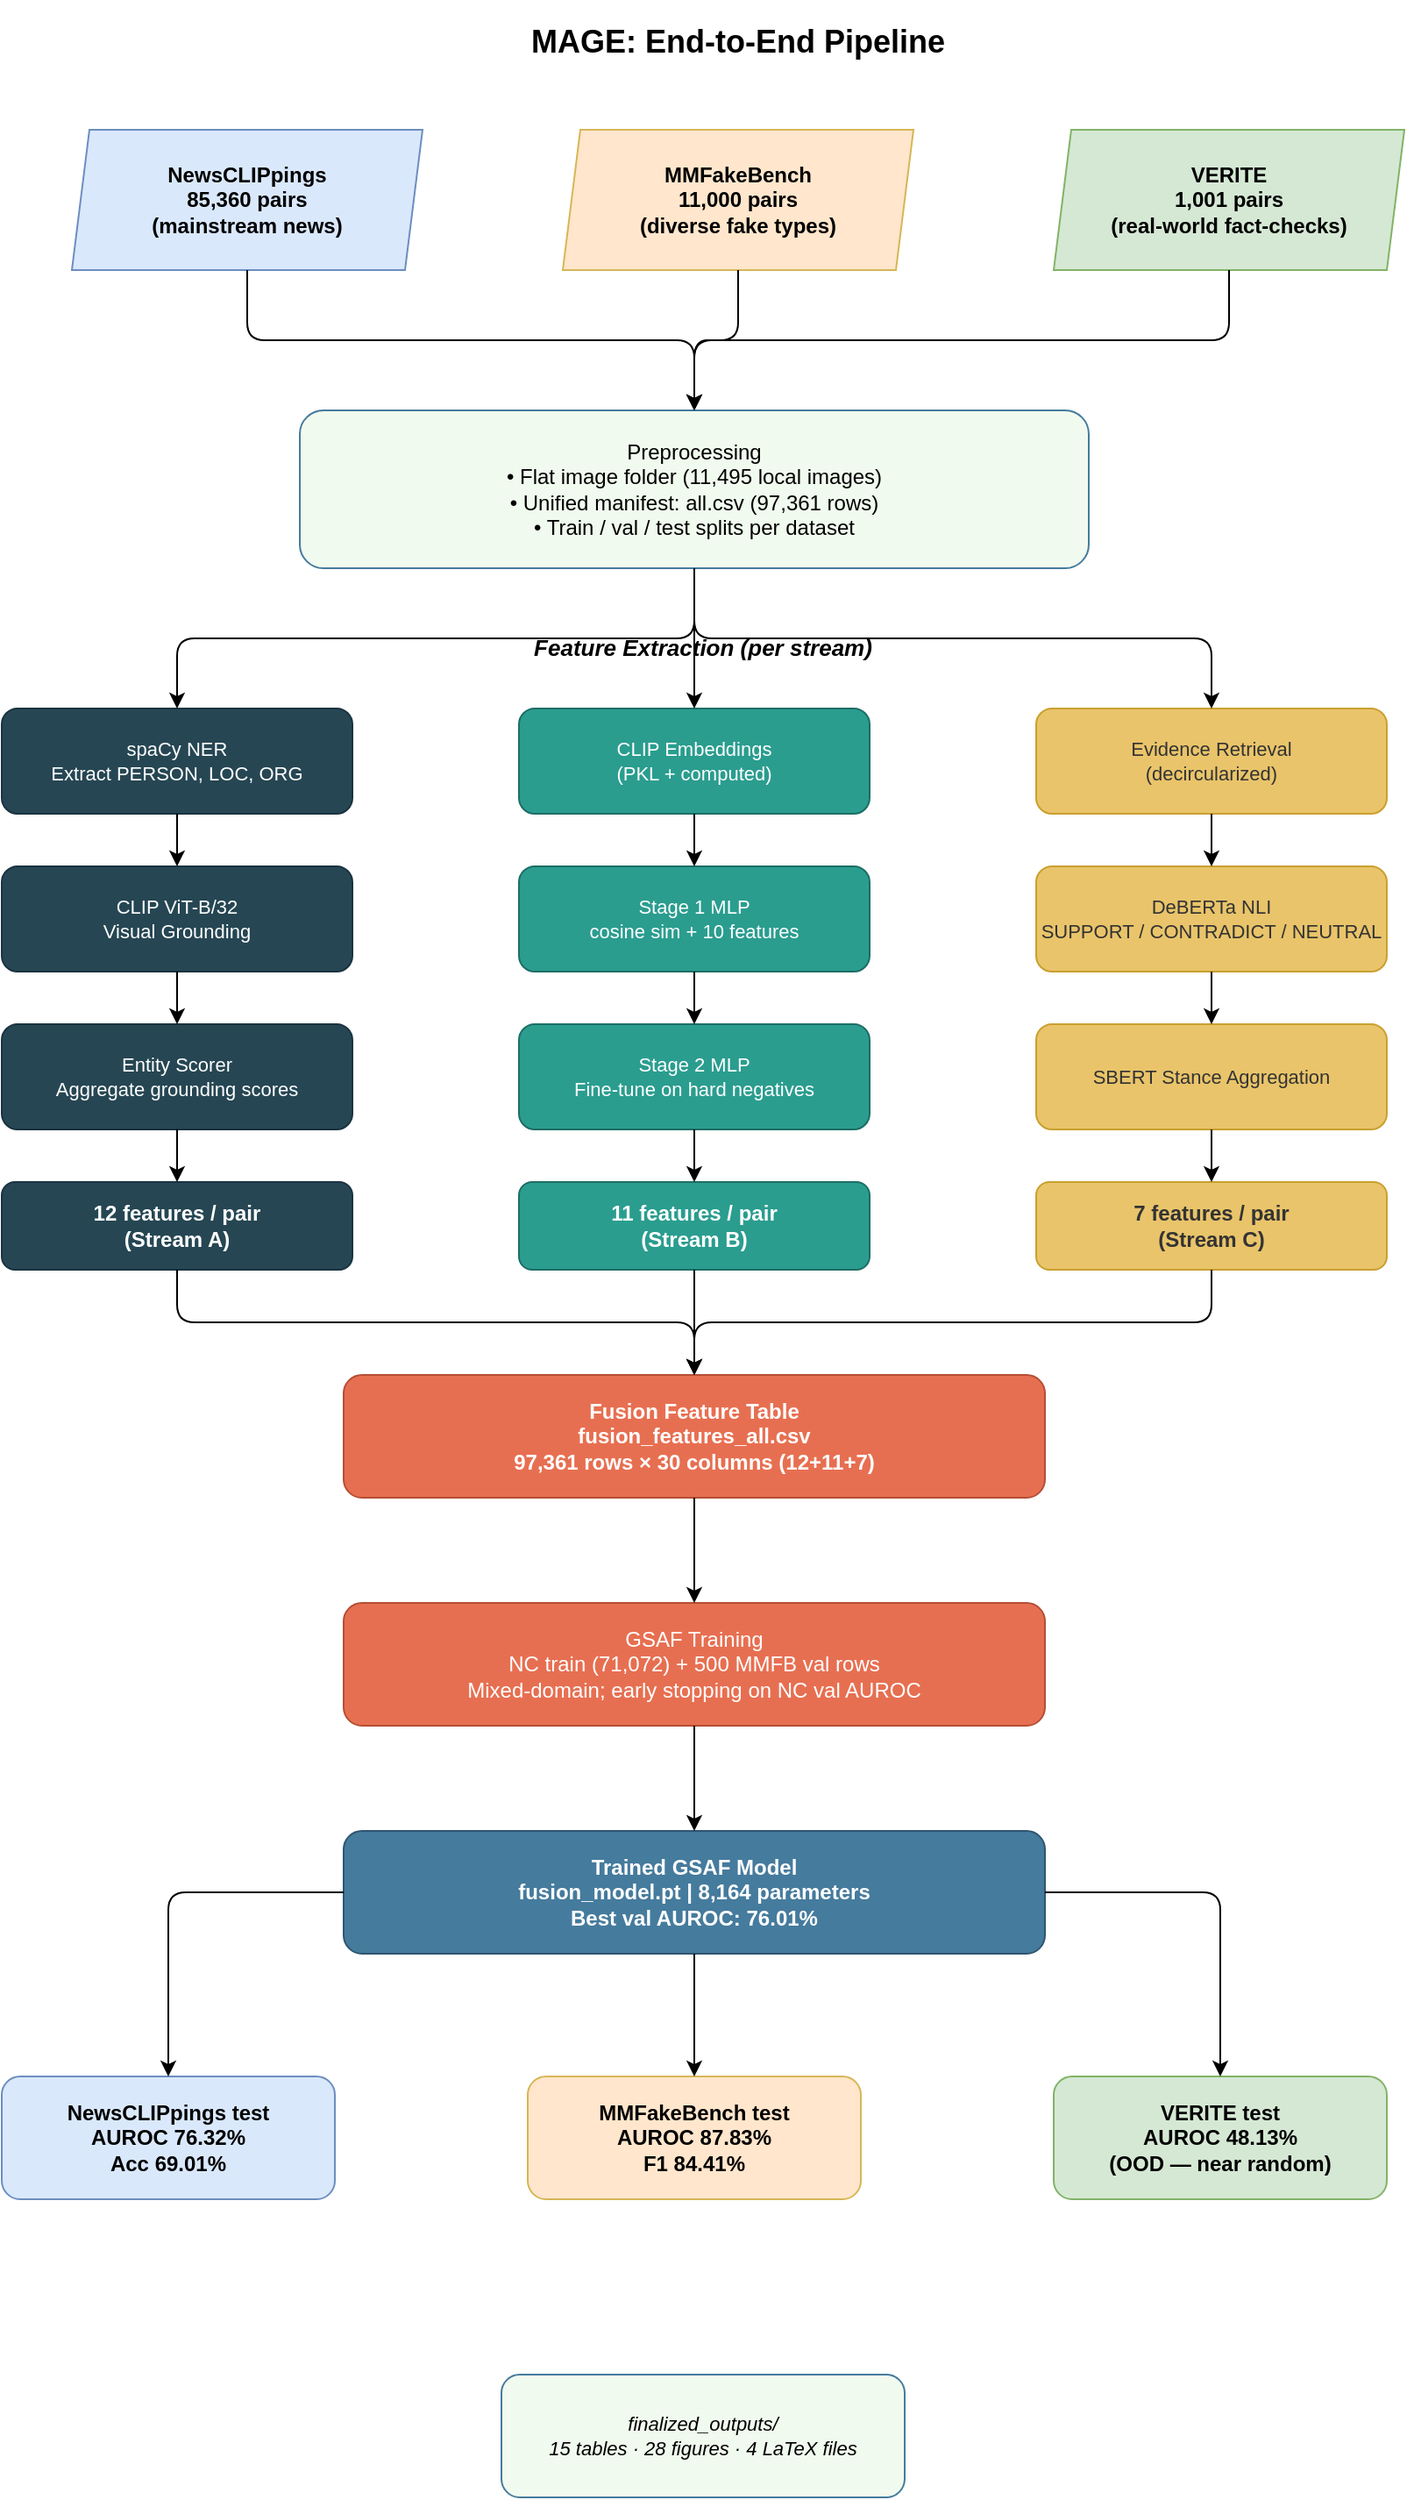
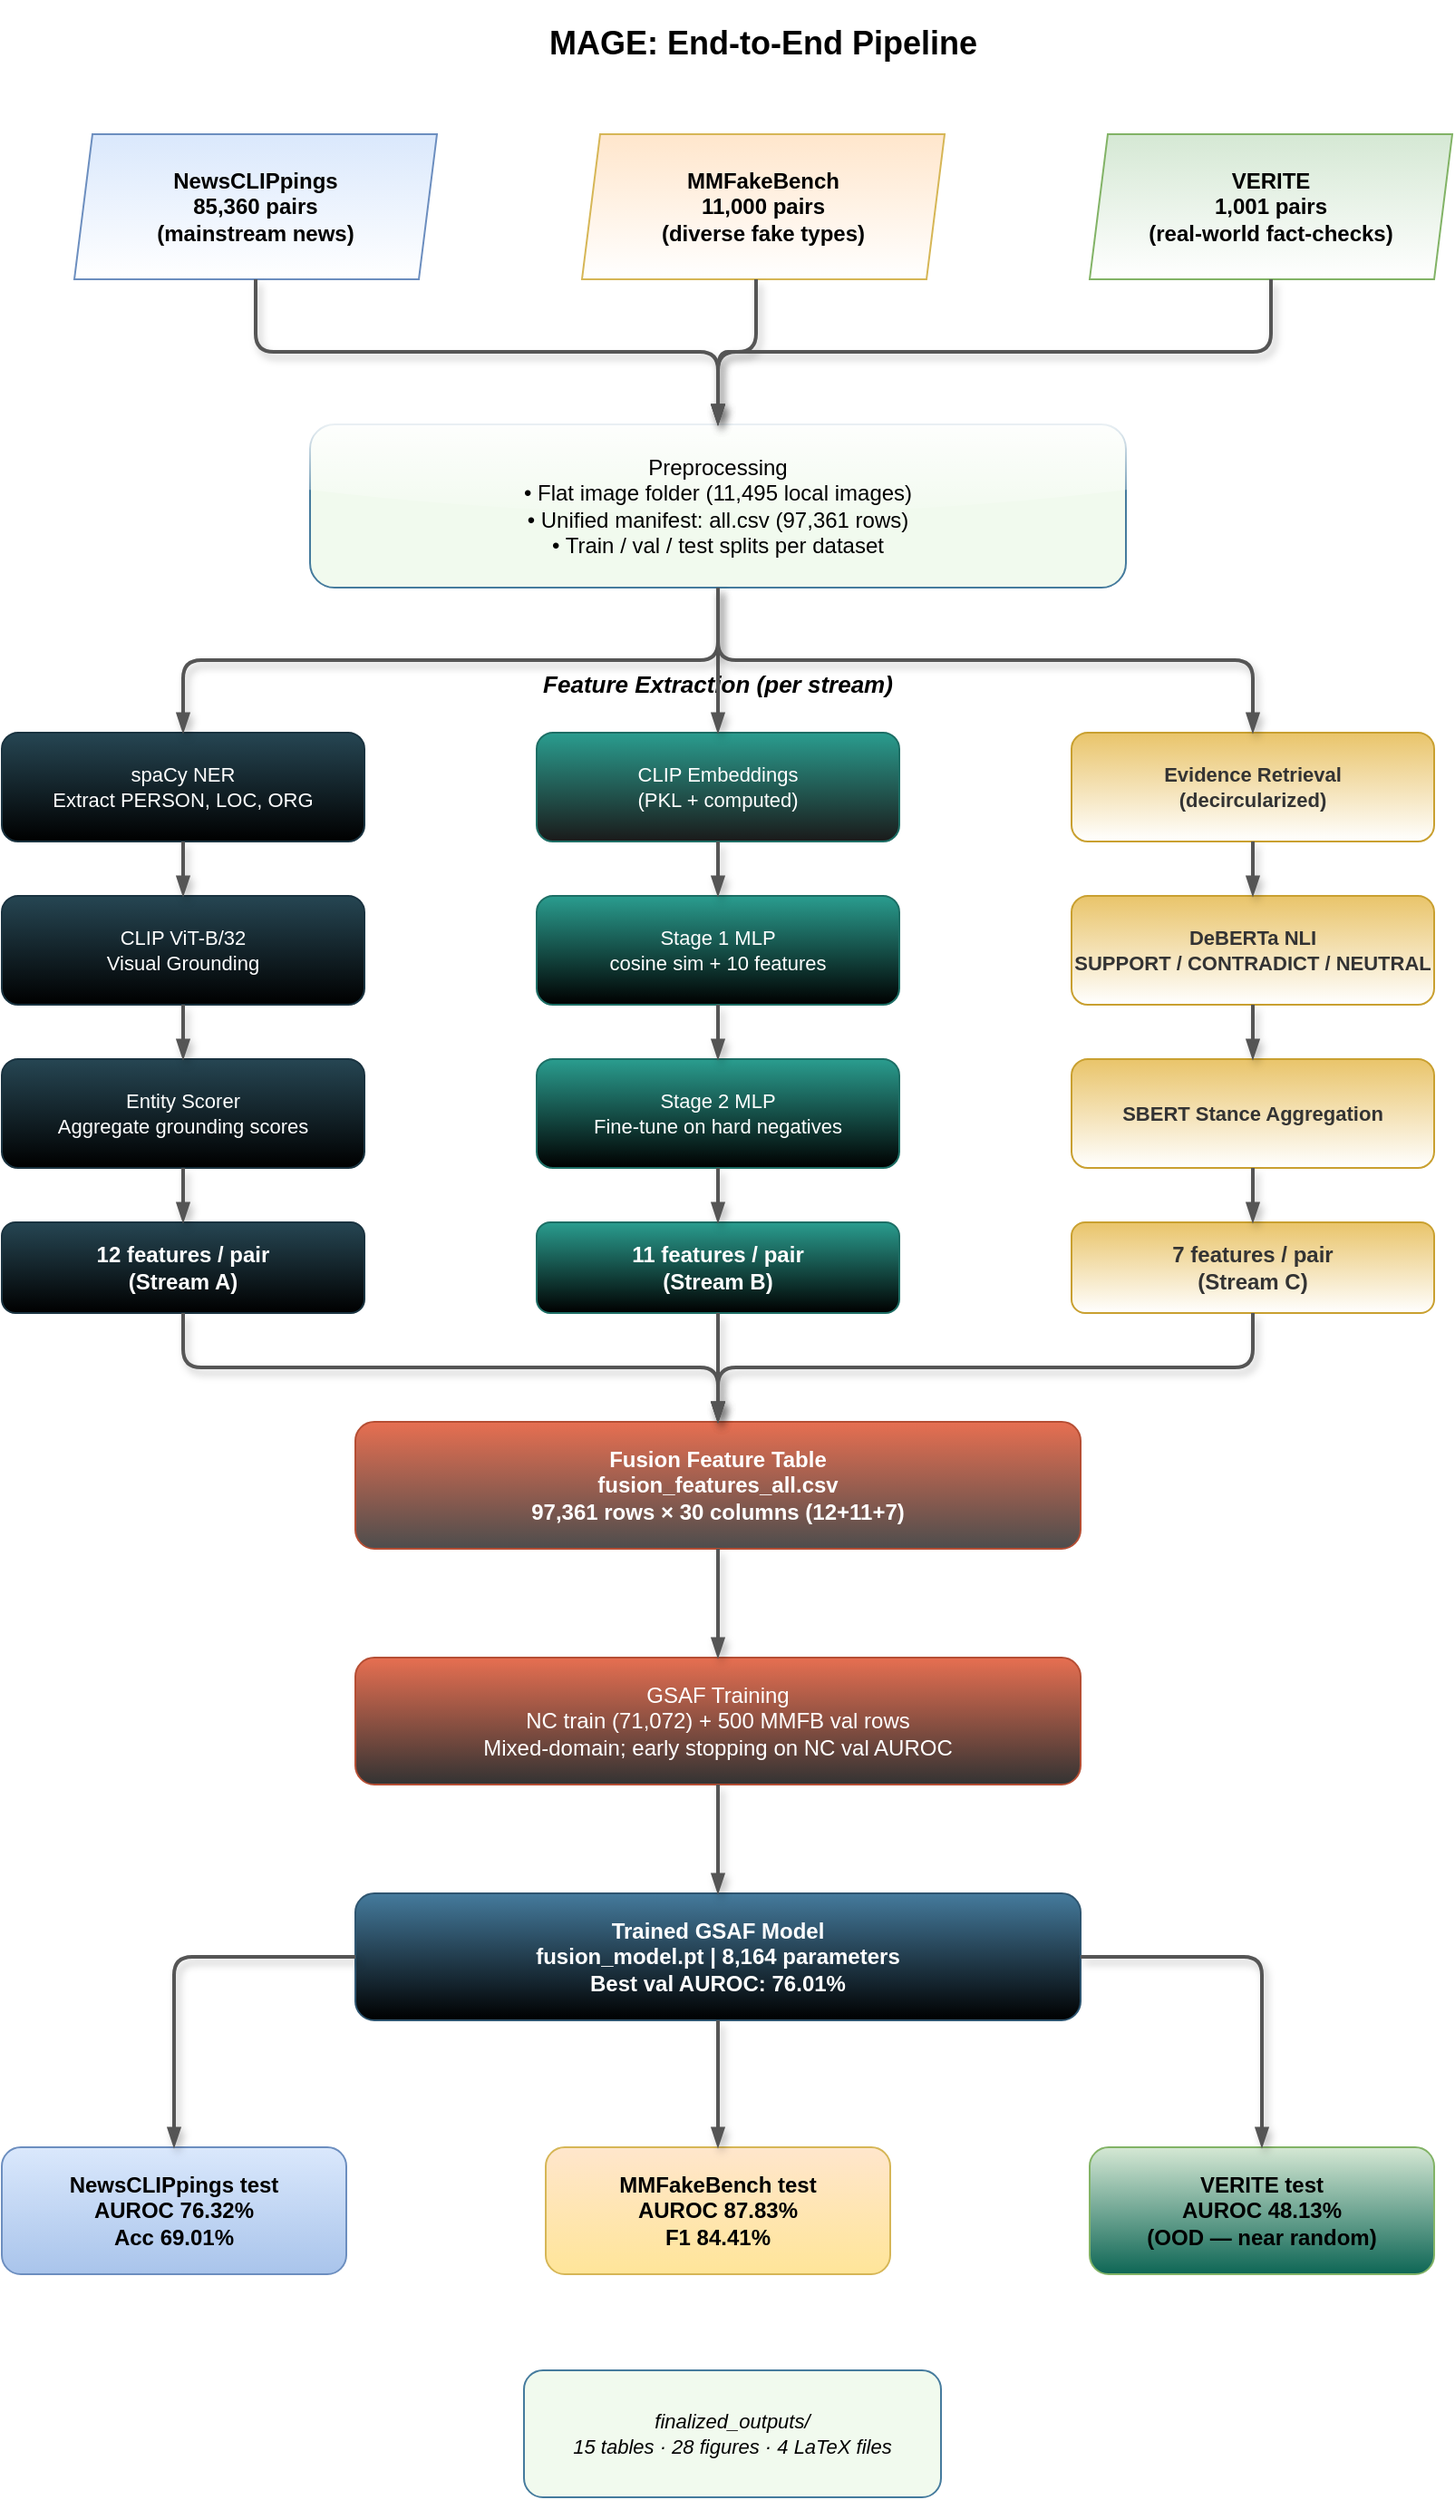
<mxfile host="app.diagrams.net">
  <diagram name="Page-1" id="d1ZMyhAntVCUXErq8Yf_">
-     <mxGraphModel dx="1328" dy="935" grid="1" gridSize="10" guides="1" tooltips="1" connect="1" arrows="1" fold="1" page="1" pageScale="1" pageWidth="1000" pageHeight="400" math="0" shadow="0">
+     <mxGraphModel dx="1328" dy="935" grid="0" gridSize="10" guides="1" tooltips="1" connect="1" arrows="1" fold="1" page="1" pageScale="1" pageWidth="1000" pageHeight="400" math="0" shadow="0">
      <root>
        <mxCell id="0" />
        <mxCell id="1" parent="0" />
        <mxCell id="UEv89tl7VG0cgvNMtjNN-1" parent="1" style="text;html=1;strokeColor=none;fillColor=none;align=center;verticalAlign=middle;whiteSpace=wrap;rounded=0;fontSize=18;fontStyle=1;shadow=1;" value="MAGE: End-to-End Pipeline" vertex="1">
          <mxGeometry height="40" width="600" x="180" y="20" as="geometry" />
        </mxCell>
-         <mxCell id="UEv89tl7VG0cgvNMtjNN-2" parent="1" style="shape=parallelogram;perimeter=parallelogramPerimeter;whiteSpace=wrap;html=1;fixedSize=1;size=10;fillColor=#dae8fc;strokeColor=#6c8ebf;fontSize=12;fontStyle=1;" value="NewsCLIPpings&#xa;85,360 pairs&#xa;(mainstream news)" vertex="1">
+         <mxCell id="UEv89tl7VG0cgvNMtjNN-2" parent="1" style="shape=parallelogram;perimeter=parallelogramPerimeter;whiteSpace=wrap;html=1;fixedSize=1;size=10;fillColor=#dae8fc;strokeColor=#6c8ebf;fontSize=12;fontStyle=1;gradientColor=#FFFFFF;" value="NewsCLIPpings&#xa;85,360 pairs&#xa;(mainstream news)" vertex="1">
          <mxGeometry height="80" width="200" x="100" y="90" as="geometry" />
        </mxCell>
-         <mxCell id="UEv89tl7VG0cgvNMtjNN-3" parent="1" style="shape=parallelogram;perimeter=parallelogramPerimeter;whiteSpace=wrap;html=1;fixedSize=1;size=10;fillColor=#ffe6cc;strokeColor=#d6b656;fontSize=12;fontStyle=1;" value="MMFakeBench&#xa;11,000 pairs&#xa;(diverse fake types)" vertex="1">
+         <mxCell id="UEv89tl7VG0cgvNMtjNN-3" parent="1" style="shape=parallelogram;perimeter=parallelogramPerimeter;whiteSpace=wrap;html=1;fixedSize=1;size=10;fillColor=#ffe6cc;strokeColor=#d6b656;fontSize=12;fontStyle=1;gradientColor=#FFFFFF;" value="MMFakeBench&#xa;11,000 pairs&#xa;(diverse fake types)" vertex="1">
          <mxGeometry height="80" width="200" x="380" y="90" as="geometry" />
        </mxCell>
-         <mxCell id="UEv89tl7VG0cgvNMtjNN-4" parent="1" style="shape=parallelogram;perimeter=parallelogramPerimeter;whiteSpace=wrap;html=1;fixedSize=1;size=10;fillColor=#d5e8d4;strokeColor=#82b366;fontSize=12;fontStyle=1;" value="VERITE&#xa;1,001 pairs&#xa;(real-world fact-checks)" vertex="1">
+         <mxCell id="UEv89tl7VG0cgvNMtjNN-4" parent="1" style="shape=parallelogram;perimeter=parallelogramPerimeter;whiteSpace=wrap;html=1;fixedSize=1;size=10;fillColor=#d5e8d4;strokeColor=#82b366;fontSize=12;fontStyle=1;gradientColor=#FFFFFF;" value="VERITE&#xa;1,001 pairs&#xa;(real-world fact-checks)" vertex="1">
          <mxGeometry height="80" width="200" x="660" y="90" as="geometry" />
        </mxCell>
-         <mxCell id="UEv89tl7VG0cgvNMtjNN-5" parent="1" style="rounded=1;whiteSpace=wrap;html=1;fillColor=#f1faee;strokeColor=#457b9d;fontSize=12;" value="Preprocessing&#xa;• Flat image folder (11,495 local images)&#xa;• Unified manifest: all.csv (97,361 rows)&#xa;• Train / val / test splits per dataset" vertex="1">
+         <mxCell id="UEv89tl7VG0cgvNMtjNN-5" parent="1" style="rounded=1;whiteSpace=wrap;html=1;fillColor=#f1faee;strokeColor=#457b9d;fontSize=12;glass=1;" value="Preprocessing&lt;br&gt;• Flat image folder (11,495 local images)&lt;br&gt;• Unified manifest: all.csv (97,361 rows)&lt;br&gt;• Train / val / test splits per dataset" vertex="1">
          <mxGeometry height="90" width="450" x="230" y="250" as="geometry" />
        </mxCell>
-         <mxCell id="UEv89tl7VG0cgvNMtjNN-6" edge="1" parent="1" source="UEv89tl7VG0cgvNMtjNN-2" style="edgeStyle=orthogonalEdgeStyle;" target="UEv89tl7VG0cgvNMtjNN-5">
+         <mxCell id="UEv89tl7VG0cgvNMtjNN-6" edge="1" parent="1" source="UEv89tl7VG0cgvNMtjNN-2" style="edgeStyle=orthogonalEdgeStyle;rounded=1;strokeColor=#555555;strokeWidth=2;endArrow=blockThin;endFill=1;shadow=1;" target="UEv89tl7VG0cgvNMtjNN-5">
          <mxGeometry relative="1" as="geometry" />
        </mxCell>
-         <mxCell id="UEv89tl7VG0cgvNMtjNN-7" edge="1" parent="1" source="UEv89tl7VG0cgvNMtjNN-3" style="edgeStyle=orthogonalEdgeStyle;" target="UEv89tl7VG0cgvNMtjNN-5">
-           <mxGeometry relative="1" as="geometry" />
+         <mxCell id="UEv89tl7VG0cgvNMtjNN-7" edge="1" parent="1" source="UEv89tl7VG0cgvNMtjNN-3" style="edgeStyle=orthogonalEdgeStyle;rounded=1;strokeColor=#555555;strokeWidth=2;endArrow=blockThin;endFill=1;shadow=1;" target="UEv89tl7VG0cgvNMtjNN-5">
+           <mxGeometry relative="1" as="geometry">
+             <Array as="points">
+               <mxPoint x="476" y="210" />
+               <mxPoint x="455" y="210" />
+             </Array>
+           </mxGeometry>
        </mxCell>
-         <mxCell id="UEv89tl7VG0cgvNMtjNN-8" edge="1" parent="1" source="UEv89tl7VG0cgvNMtjNN-4" style="edgeStyle=orthogonalEdgeStyle;" target="UEv89tl7VG0cgvNMtjNN-5">
+         <mxCell id="UEv89tl7VG0cgvNMtjNN-8" edge="1" parent="1" source="UEv89tl7VG0cgvNMtjNN-4" style="edgeStyle=orthogonalEdgeStyle;rounded=1;strokeColor=#555555;strokeWidth=2;endArrow=blockThin;endFill=1;shadow=1;" target="UEv89tl7VG0cgvNMtjNN-5">
          <mxGeometry relative="1" as="geometry" />
        </mxCell>
        <mxCell id="UEv89tl7VG0cgvNMtjNN-9" parent="1" style="text;html=1;strokeColor=none;fillColor=none;align=center;verticalAlign=middle;whiteSpace=wrap;fontSize=13;fontStyle=3;" value="Feature Extraction (per stream)" vertex="1">
-           <mxGeometry height="30" width="300" x="310" y="370" as="geometry" />
+           <mxGeometry height="30" width="300" x="305" y="378" as="geometry" />
        </mxCell>
-         <mxCell id="UEv89tl7VG0cgvNMtjNN-10" parent="1" style="rounded=1;whiteSpace=wrap;html=1;fillColor=#264653;fontColor=#ffffff;strokeColor=#1a3340;fontSize=11;" value="spaCy NER&#xa;Extract PERSON, LOC, ORG" vertex="1">
+         <mxCell id="UEv89tl7VG0cgvNMtjNN-10" parent="1" style="rounded=1;whiteSpace=wrap;html=1;fillColor=#264653;fontColor=#ffffff;strokeColor=#1a3340;fontSize=11;gradientColor=default;" value="spaCy NER&#xa;Extract PERSON, LOC, ORG" vertex="1">
          <mxGeometry height="60" width="200" x="60" y="420" as="geometry" />
        </mxCell>
-         <mxCell id="UEv89tl7VG0cgvNMtjNN-11" parent="1" style="rounded=1;whiteSpace=wrap;html=1;fillColor=#264653;fontColor=#ffffff;strokeColor=#1a3340;fontSize=11;" value="CLIP ViT-B/32&#xa;Visual Grounding" vertex="1">
+         <mxCell id="UEv89tl7VG0cgvNMtjNN-11" parent="1" style="rounded=1;whiteSpace=wrap;html=1;fillColor=#264653;fontColor=#ffffff;strokeColor=#1a3340;fontSize=11;gradientColor=default;" value="CLIP ViT-B/32&#xa;Visual Grounding" vertex="1">
          <mxGeometry height="60" width="200" x="60" y="510" as="geometry" />
        </mxCell>
-         <mxCell id="UEv89tl7VG0cgvNMtjNN-12" parent="1" style="rounded=1;whiteSpace=wrap;html=1;fillColor=#264653;fontColor=#ffffff;strokeColor=#1a3340;fontSize=11;" value="Entity Scorer&#xa;Aggregate grounding scores" vertex="1">
+         <mxCell id="UEv89tl7VG0cgvNMtjNN-12" parent="1" style="rounded=1;whiteSpace=wrap;html=1;fillColor=#264653;fontColor=#ffffff;strokeColor=#1a3340;fontSize=11;gradientColor=default;" value="Entity Scorer&#xa;Aggregate grounding scores" vertex="1">
          <mxGeometry height="60" width="200" x="60" y="600" as="geometry" />
        </mxCell>
-         <mxCell id="UEv89tl7VG0cgvNMtjNN-13" parent="1" style="rounded=1;whiteSpace=wrap;html=1;fillColor=#264653;fontColor=#ffffff;strokeColor=#1a3340;fontSize=12;fontStyle=1;" value="12 features / pair&#xa;(Stream A)" vertex="1">
+         <mxCell id="UEv89tl7VG0cgvNMtjNN-13" parent="1" style="rounded=1;whiteSpace=wrap;html=1;fillColor=#264653;fontColor=#ffffff;strokeColor=#1a3340;fontSize=12;fontStyle=1;gradientColor=default;" value="12 features / pair&#xa;(Stream A)" vertex="1">
          <mxGeometry height="50" width="200" x="60" y="690" as="geometry" />
        </mxCell>
-         <mxCell id="UEv89tl7VG0cgvNMtjNN-14" parent="1" style="rounded=1;whiteSpace=wrap;html=1;fillColor=#2a9d8f;fontColor=#ffffff;strokeColor=#1d6e65;fontSize=11;" value="CLIP Embeddings&#xa;(PKL + computed)" vertex="1">
+         <mxCell id="UEv89tl7VG0cgvNMtjNN-14" parent="1" style="rounded=1;whiteSpace=wrap;html=1;fillColor=#2a9d8f;fontColor=#ffffff;strokeColor=#1d6e65;fontSize=11;gradientColor=#1A1A1A;" value="CLIP Embeddings&#xa;(PKL + computed)" vertex="1">
          <mxGeometry height="60" width="200" x="355" y="420" as="geometry" />
        </mxCell>
-         <mxCell id="UEv89tl7VG0cgvNMtjNN-15" parent="1" style="rounded=1;whiteSpace=wrap;html=1;fillColor=#2a9d8f;fontColor=#ffffff;strokeColor=#1d6e65;fontSize=11;" value="Stage 1 MLP&#xa;cosine sim + 10 features" vertex="1">
+         <mxCell id="UEv89tl7VG0cgvNMtjNN-15" parent="1" style="rounded=1;whiteSpace=wrap;html=1;fillColor=#2a9d8f;fontColor=#ffffff;strokeColor=#1d6e65;fontSize=11;gradientColor=default;" value="Stage 1 MLP&#xa;cosine sim + 10 features" vertex="1">
          <mxGeometry height="60" width="200" x="355" y="510" as="geometry" />
        </mxCell>
-         <mxCell id="UEv89tl7VG0cgvNMtjNN-16" parent="1" style="rounded=1;whiteSpace=wrap;html=1;fillColor=#2a9d8f;fontColor=#ffffff;strokeColor=#1d6e65;fontSize=11;" value="Stage 2 MLP&#xa;Fine-tune on hard negatives" vertex="1">
+         <mxCell id="UEv89tl7VG0cgvNMtjNN-16" parent="1" style="rounded=1;whiteSpace=wrap;html=1;fillColor=#2a9d8f;fontColor=#ffffff;strokeColor=#1d6e65;fontSize=11;gradientColor=default;" value="Stage 2 MLP&#xa;Fine-tune on hard negatives" vertex="1">
          <mxGeometry height="60" width="200" x="355" y="600" as="geometry" />
        </mxCell>
-         <mxCell id="UEv89tl7VG0cgvNMtjNN-17" parent="1" style="rounded=1;whiteSpace=wrap;html=1;fillColor=#2a9d8f;fontColor=#ffffff;strokeColor=#1d6e65;fontSize=12;fontStyle=1;" value="11 features / pair&#xa;(Stream B)" vertex="1">
+         <mxCell id="UEv89tl7VG0cgvNMtjNN-17" parent="1" style="rounded=1;whiteSpace=wrap;html=1;fillColor=#2a9d8f;fontColor=#ffffff;strokeColor=#1d6e65;fontSize=12;fontStyle=1;gradientColor=default;" value="11 features / pair&#xa;(Stream B)" vertex="1">
          <mxGeometry height="50" width="200" x="355" y="690" as="geometry" />
        </mxCell>
-         <mxCell id="UEv89tl7VG0cgvNMtjNN-18" parent="1" style="rounded=1;whiteSpace=wrap;html=1;fillColor=#e9c46a;fontColor=#333333;strokeColor=#c9a030;fontSize=11;" value="Evidence Retrieval&#xa;(decircularized)" vertex="1">
+         <mxCell id="UEv89tl7VG0cgvNMtjNN-18" parent="1" style="rounded=1;whiteSpace=wrap;html=1;fillColor=#e9c46a;fontColor=#333333;strokeColor=#c9a030;fontSize=11;gradientColor=#FFFFFF;" value="&lt;b&gt;Evidence Retrieval&lt;br&gt;(decircularized)&lt;/b&gt;" vertex="1">
          <mxGeometry height="60" width="200" x="650" y="420" as="geometry" />
        </mxCell>
-         <mxCell id="UEv89tl7VG0cgvNMtjNN-19" parent="1" style="rounded=1;whiteSpace=wrap;html=1;fillColor=#e9c46a;fontColor=#333333;strokeColor=#c9a030;fontSize=11;" value="DeBERTa NLI&#xa;SUPPORT / CONTRADICT / NEUTRAL" vertex="1">
+         <mxCell id="UEv89tl7VG0cgvNMtjNN-19" parent="1" style="rounded=1;whiteSpace=wrap;html=1;fillColor=#e9c46a;fontColor=#333333;strokeColor=#c9a030;fontSize=11;gradientColor=#FFFFFF;" value="&lt;b&gt;DeBERTa NLI&lt;br&gt;SUPPORT / CONTRADICT / NEUTRAL&lt;/b&gt;" vertex="1">
          <mxGeometry height="60" width="200" x="650" y="510" as="geometry" />
        </mxCell>
-         <mxCell id="UEv89tl7VG0cgvNMtjNN-20" parent="1" style="rounded=1;whiteSpace=wrap;html=1;fillColor=#e9c46a;fontColor=#333333;strokeColor=#c9a030;fontSize=11;" value="SBERT Stance Aggregation" vertex="1">
+         <mxCell id="UEv89tl7VG0cgvNMtjNN-20" parent="1" style="rounded=1;whiteSpace=wrap;html=1;fillColor=#e9c46a;fontColor=#333333;strokeColor=#c9a030;fontSize=11;gradientColor=#FFFFFF;" value="&lt;b&gt;SBERT Stance Aggregation&lt;/b&gt;" vertex="1">
          <mxGeometry height="60" width="200" x="650" y="600" as="geometry" />
        </mxCell>
-         <mxCell id="UEv89tl7VG0cgvNMtjNN-21" parent="1" style="rounded=1;whiteSpace=wrap;html=1;fillColor=#e9c46a;fontColor=#333333;strokeColor=#c9a030;fontSize=12;fontStyle=1;" value="7 features / pair&#xa;(Stream C)" vertex="1">
+         <mxCell id="UEv89tl7VG0cgvNMtjNN-21" parent="1" style="rounded=1;whiteSpace=wrap;html=1;fillColor=#e9c46a;fontColor=#333333;strokeColor=#c9a030;fontSize=12;fontStyle=1;gradientColor=#FFFFFF;" value="7 features / pair&#xa;(Stream C)" vertex="1">
          <mxGeometry height="50" width="200" x="650" y="690" as="geometry" />
        </mxCell>
-         <mxCell id="UEv89tl7VG0cgvNMtjNN-22" edge="1" parent="1" source="UEv89tl7VG0cgvNMtjNN-5" style="edgeStyle=orthogonalEdgeStyle;" target="UEv89tl7VG0cgvNMtjNN-10">
+         <mxCell id="UEv89tl7VG0cgvNMtjNN-22" edge="1" parent="1" source="UEv89tl7VG0cgvNMtjNN-5" style="edgeStyle=orthogonalEdgeStyle;rounded=1;strokeColor=#555555;strokeWidth=2;endArrow=blockThin;endFill=1;shadow=1;" target="UEv89tl7VG0cgvNMtjNN-10">
          <mxGeometry relative="1" as="geometry" />
        </mxCell>
-         <mxCell id="UEv89tl7VG0cgvNMtjNN-23" edge="1" parent="1" source="UEv89tl7VG0cgvNMtjNN-10" style="edgeStyle=orthogonalEdgeStyle;" target="UEv89tl7VG0cgvNMtjNN-11">
+         <mxCell id="UEv89tl7VG0cgvNMtjNN-23" edge="1" parent="1" source="UEv89tl7VG0cgvNMtjNN-10" style="edgeStyle=orthogonalEdgeStyle;rounded=1;strokeColor=#555555;strokeWidth=2;endArrow=blockThin;endFill=1;shadow=1;" target="UEv89tl7VG0cgvNMtjNN-11">
          <mxGeometry relative="1" as="geometry" />
        </mxCell>
-         <mxCell id="UEv89tl7VG0cgvNMtjNN-24" edge="1" parent="1" source="UEv89tl7VG0cgvNMtjNN-11" style="edgeStyle=orthogonalEdgeStyle;" target="UEv89tl7VG0cgvNMtjNN-12">
+         <mxCell id="UEv89tl7VG0cgvNMtjNN-24" edge="1" parent="1" source="UEv89tl7VG0cgvNMtjNN-11" style="edgeStyle=orthogonalEdgeStyle;rounded=1;strokeColor=#555555;strokeWidth=2;endArrow=blockThin;endFill=1;shadow=1;" target="UEv89tl7VG0cgvNMtjNN-12">
          <mxGeometry relative="1" as="geometry" />
        </mxCell>
-         <mxCell id="UEv89tl7VG0cgvNMtjNN-25" edge="1" parent="1" source="UEv89tl7VG0cgvNMtjNN-12" style="edgeStyle=orthogonalEdgeStyle;" target="UEv89tl7VG0cgvNMtjNN-13">
+         <mxCell id="UEv89tl7VG0cgvNMtjNN-25" edge="1" parent="1" source="UEv89tl7VG0cgvNMtjNN-12" style="edgeStyle=orthogonalEdgeStyle;rounded=1;strokeColor=#555555;strokeWidth=2;endArrow=blockThin;endFill=1;shadow=1;" target="UEv89tl7VG0cgvNMtjNN-13">
          <mxGeometry relative="1" as="geometry" />
        </mxCell>
-         <mxCell id="UEv89tl7VG0cgvNMtjNN-26" edge="1" parent="1" source="UEv89tl7VG0cgvNMtjNN-5" style="edgeStyle=orthogonalEdgeStyle;" target="UEv89tl7VG0cgvNMtjNN-14">
+         <mxCell id="UEv89tl7VG0cgvNMtjNN-26" edge="1" parent="1" source="UEv89tl7VG0cgvNMtjNN-5" style="edgeStyle=orthogonalEdgeStyle;rounded=1;strokeColor=#555555;strokeWidth=2;endArrow=blockThin;endFill=1;shadow=1;" target="UEv89tl7VG0cgvNMtjNN-14">
          <mxGeometry relative="1" as="geometry" />
        </mxCell>
-         <mxCell id="UEv89tl7VG0cgvNMtjNN-27" edge="1" parent="1" source="UEv89tl7VG0cgvNMtjNN-14" style="edgeStyle=orthogonalEdgeStyle;" target="UEv89tl7VG0cgvNMtjNN-15">
+         <mxCell id="UEv89tl7VG0cgvNMtjNN-27" edge="1" parent="1" source="UEv89tl7VG0cgvNMtjNN-14" style="edgeStyle=orthogonalEdgeStyle;rounded=1;strokeColor=#555555;strokeWidth=2;endArrow=blockThin;endFill=1;shadow=1;" target="UEv89tl7VG0cgvNMtjNN-15">
          <mxGeometry relative="1" as="geometry" />
        </mxCell>
-         <mxCell id="UEv89tl7VG0cgvNMtjNN-28" edge="1" parent="1" source="UEv89tl7VG0cgvNMtjNN-15" style="edgeStyle=orthogonalEdgeStyle;" target="UEv89tl7VG0cgvNMtjNN-16">
+         <mxCell id="UEv89tl7VG0cgvNMtjNN-28" edge="1" parent="1" source="UEv89tl7VG0cgvNMtjNN-15" style="edgeStyle=orthogonalEdgeStyle;rounded=1;strokeColor=#555555;strokeWidth=2;endArrow=blockThin;endFill=1;shadow=1;" target="UEv89tl7VG0cgvNMtjNN-16">
          <mxGeometry relative="1" as="geometry" />
        </mxCell>
-         <mxCell id="UEv89tl7VG0cgvNMtjNN-29" edge="1" parent="1" source="UEv89tl7VG0cgvNMtjNN-16" style="edgeStyle=orthogonalEdgeStyle;" target="UEv89tl7VG0cgvNMtjNN-17">
+         <mxCell id="UEv89tl7VG0cgvNMtjNN-29" edge="1" parent="1" source="UEv89tl7VG0cgvNMtjNN-16" style="edgeStyle=orthogonalEdgeStyle;rounded=1;strokeColor=#555555;strokeWidth=2;endArrow=blockThin;endFill=1;shadow=1;" target="UEv89tl7VG0cgvNMtjNN-17">
          <mxGeometry relative="1" as="geometry" />
        </mxCell>
-         <mxCell id="UEv89tl7VG0cgvNMtjNN-30" edge="1" parent="1" source="UEv89tl7VG0cgvNMtjNN-5" style="edgeStyle=orthogonalEdgeStyle;" target="UEv89tl7VG0cgvNMtjNN-18">
+         <mxCell id="UEv89tl7VG0cgvNMtjNN-30" edge="1" parent="1" source="UEv89tl7VG0cgvNMtjNN-5" style="edgeStyle=orthogonalEdgeStyle;rounded=1;strokeColor=#555555;strokeWidth=2;endArrow=blockThin;endFill=1;shadow=1;" target="UEv89tl7VG0cgvNMtjNN-18">
          <mxGeometry relative="1" as="geometry" />
        </mxCell>
-         <mxCell id="UEv89tl7VG0cgvNMtjNN-31" edge="1" parent="1" source="UEv89tl7VG0cgvNMtjNN-18" style="edgeStyle=orthogonalEdgeStyle;" target="UEv89tl7VG0cgvNMtjNN-19">
+         <mxCell id="UEv89tl7VG0cgvNMtjNN-31" edge="1" parent="1" source="UEv89tl7VG0cgvNMtjNN-18" style="edgeStyle=orthogonalEdgeStyle;rounded=1;strokeColor=#555555;strokeWidth=2;endArrow=blockThin;endFill=1;shadow=1;" target="UEv89tl7VG0cgvNMtjNN-19">
          <mxGeometry relative="1" as="geometry" />
        </mxCell>
-         <mxCell id="UEv89tl7VG0cgvNMtjNN-32" edge="1" parent="1" source="UEv89tl7VG0cgvNMtjNN-19" style="edgeStyle=orthogonalEdgeStyle;" target="UEv89tl7VG0cgvNMtjNN-20">
+         <mxCell id="UEv89tl7VG0cgvNMtjNN-32" edge="1" parent="1" source="UEv89tl7VG0cgvNMtjNN-19" style="edgeStyle=orthogonalEdgeStyle;rounded=1;strokeColor=#555555;strokeWidth=2;endArrow=blockThin;endFill=1;shadow=1;" target="UEv89tl7VG0cgvNMtjNN-20">
          <mxGeometry relative="1" as="geometry" />
        </mxCell>
-         <mxCell id="UEv89tl7VG0cgvNMtjNN-33" edge="1" parent="1" source="UEv89tl7VG0cgvNMtjNN-20" style="edgeStyle=orthogonalEdgeStyle;" target="UEv89tl7VG0cgvNMtjNN-21">
+         <mxCell id="UEv89tl7VG0cgvNMtjNN-33" edge="1" parent="1" source="UEv89tl7VG0cgvNMtjNN-20" style="edgeStyle=orthogonalEdgeStyle;rounded=1;strokeColor=#555555;strokeWidth=2;endArrow=blockThin;endFill=1;shadow=1;" target="UEv89tl7VG0cgvNMtjNN-21">
          <mxGeometry relative="1" as="geometry" />
        </mxCell>
-         <mxCell id="UEv89tl7VG0cgvNMtjNN-34" parent="1" style="rounded=1;whiteSpace=wrap;html=1;fillColor=#e76f51;fontColor=#ffffff;strokeColor=#b54e34;fontSize=12;fontStyle=1;" value="Fusion Feature Table&#xa;fusion_features_all.csv&#xa;97,361 rows × 30 columns (12+11+7)" vertex="1">
+         <mxCell id="UEv89tl7VG0cgvNMtjNN-34" parent="1" style="rounded=1;whiteSpace=wrap;html=1;fillColor=#e76f51;fontColor=#ffffff;strokeColor=#b54e34;fontSize=12;fontStyle=1;gradientColor=#4D4D4D;" value="Fusion Feature Table&#xa;fusion_features_all.csv&#xa;97,361 rows × 30 columns (12+11+7)" vertex="1">
          <mxGeometry height="70" width="400" x="255" y="800" as="geometry" />
        </mxCell>
-         <mxCell id="UEv89tl7VG0cgvNMtjNN-35" edge="1" parent="1" source="UEv89tl7VG0cgvNMtjNN-13" style="edgeStyle=orthogonalEdgeStyle;" target="UEv89tl7VG0cgvNMtjNN-34">
+         <mxCell id="UEv89tl7VG0cgvNMtjNN-35" edge="1" parent="1" source="UEv89tl7VG0cgvNMtjNN-13" style="edgeStyle=orthogonalEdgeStyle;rounded=1;strokeColor=#555555;strokeWidth=2;endArrow=blockThin;endFill=1;shadow=1;" target="UEv89tl7VG0cgvNMtjNN-34">
          <mxGeometry relative="1" as="geometry" />
        </mxCell>
-         <mxCell id="UEv89tl7VG0cgvNMtjNN-36" edge="1" parent="1" source="UEv89tl7VG0cgvNMtjNN-17" style="edgeStyle=orthogonalEdgeStyle;" target="UEv89tl7VG0cgvNMtjNN-34">
+         <mxCell id="UEv89tl7VG0cgvNMtjNN-36" edge="1" parent="1" source="UEv89tl7VG0cgvNMtjNN-17" style="edgeStyle=orthogonalEdgeStyle;rounded=1;strokeColor=#555555;strokeWidth=2;endArrow=blockThin;endFill=1;shadow=1;" target="UEv89tl7VG0cgvNMtjNN-34">
          <mxGeometry relative="1" as="geometry" />
        </mxCell>
-         <mxCell id="UEv89tl7VG0cgvNMtjNN-37" edge="1" parent="1" source="UEv89tl7VG0cgvNMtjNN-21" style="edgeStyle=orthogonalEdgeStyle;" target="UEv89tl7VG0cgvNMtjNN-34">
+         <mxCell id="UEv89tl7VG0cgvNMtjNN-37" edge="1" parent="1" source="UEv89tl7VG0cgvNMtjNN-21" style="edgeStyle=orthogonalEdgeStyle;rounded=1;strokeColor=#555555;strokeWidth=2;endArrow=blockThin;endFill=1;shadow=1;" target="UEv89tl7VG0cgvNMtjNN-34">
          <mxGeometry relative="1" as="geometry" />
        </mxCell>
-         <mxCell id="UEv89tl7VG0cgvNMtjNN-38" parent="1" style="rounded=1;whiteSpace=wrap;html=1;fillColor=#e76f51;fontColor=#ffffff;strokeColor=#b54e34;fontSize=12;" value="GSAF Training&#xa;NC train (71,072) + 500 MMFB val rows&#xa;Mixed-domain; early stopping on NC val AUROC" vertex="1">
+         <mxCell id="UEv89tl7VG0cgvNMtjNN-38" parent="1" style="rounded=1;whiteSpace=wrap;html=1;fillColor=#e76f51;fontColor=#ffffff;strokeColor=#b54e34;fontSize=12;gradientColor=#333333;" value="GSAF Training&#xa;NC train (71,072) + 500 MMFB val rows&#xa;Mixed-domain; early stopping on NC val AUROC" vertex="1">
          <mxGeometry height="70" width="400" x="255" y="930" as="geometry" />
        </mxCell>
-         <mxCell id="UEv89tl7VG0cgvNMtjNN-39" edge="1" parent="1" source="UEv89tl7VG0cgvNMtjNN-34" style="edgeStyle=orthogonalEdgeStyle;" target="UEv89tl7VG0cgvNMtjNN-38">
+         <mxCell id="UEv89tl7VG0cgvNMtjNN-39" edge="1" parent="1" source="UEv89tl7VG0cgvNMtjNN-34" style="edgeStyle=orthogonalEdgeStyle;rounded=1;strokeColor=#555555;strokeWidth=2;endArrow=blockThin;endFill=1;shadow=1;" target="UEv89tl7VG0cgvNMtjNN-38">
          <mxGeometry relative="1" as="geometry" />
        </mxCell>
-         <mxCell id="UEv89tl7VG0cgvNMtjNN-40" parent="1" style="rounded=1;whiteSpace=wrap;html=1;fillColor=#457b9d;fontColor=#ffffff;strokeColor=#2e5570;fontSize=12;fontStyle=1;" value="Trained GSAF Model&#xa;fusion_model.pt  |  8,164 parameters&#xa;Best val AUROC: 76.01%" vertex="1">
+         <mxCell id="UEv89tl7VG0cgvNMtjNN-40" parent="1" style="rounded=1;whiteSpace=wrap;html=1;fillColor=#457b9d;fontColor=#ffffff;strokeColor=#2e5570;fontSize=12;fontStyle=1;gradientColor=default;" value="Trained GSAF Model&#xa;fusion_model.pt  |  8,164 parameters&#xa;Best val AUROC: 76.01%" vertex="1">
          <mxGeometry height="70" width="400" x="255" y="1060" as="geometry" />
        </mxCell>
-         <mxCell id="UEv89tl7VG0cgvNMtjNN-41" edge="1" parent="1" source="UEv89tl7VG0cgvNMtjNN-38" style="edgeStyle=orthogonalEdgeStyle;" target="UEv89tl7VG0cgvNMtjNN-40">
+         <mxCell id="UEv89tl7VG0cgvNMtjNN-41" edge="1" parent="1" source="UEv89tl7VG0cgvNMtjNN-38" style="edgeStyle=orthogonalEdgeStyle;rounded=1;strokeColor=#555555;strokeWidth=2;endArrow=blockThin;endFill=1;shadow=1;" target="UEv89tl7VG0cgvNMtjNN-40">
          <mxGeometry relative="1" as="geometry" />
        </mxCell>
-         <mxCell id="UEv89tl7VG0cgvNMtjNN-42" parent="1" style="rounded=1;whiteSpace=wrap;html=1;fillColor=#dae8fc;strokeColor=#6c8ebf;fontSize=12;fontStyle=1;" value="NewsCLIPpings test&#xa;AUROC 76.32%&#xa;Acc 69.01%" vertex="1">
+         <mxCell id="UEv89tl7VG0cgvNMtjNN-42" parent="1" style="rounded=1;whiteSpace=wrap;html=1;fillColor=#dae8fc;strokeColor=#6c8ebf;fontSize=12;fontStyle=1;gradientColor=#A9C4EB;" value="NewsCLIPpings test&#xa;AUROC 76.32%&#xa;Acc 69.01%" vertex="1">
          <mxGeometry height="70" width="190" x="60" y="1200" as="geometry" />
        </mxCell>
-         <mxCell id="UEv89tl7VG0cgvNMtjNN-43" parent="1" style="rounded=1;whiteSpace=wrap;html=1;fillColor=#ffe6cc;strokeColor=#d6b656;fontSize=12;fontStyle=1;" value="MMFakeBench test&#xa;AUROC 87.83%&#xa;F1 84.41%" vertex="1">
+         <mxCell id="UEv89tl7VG0cgvNMtjNN-43" parent="1" style="rounded=1;whiteSpace=wrap;html=1;fillColor=#ffe6cc;strokeColor=#d6b656;fontSize=12;fontStyle=1;gradientColor=#FFE599;" value="MMFakeBench test&#xa;AUROC 87.83%&#xa;F1 84.41%" vertex="1">
          <mxGeometry height="70" width="190" x="360" y="1200" as="geometry" />
        </mxCell>
-         <mxCell id="UEv89tl7VG0cgvNMtjNN-44" parent="1" style="rounded=1;whiteSpace=wrap;html=1;fillColor=#d5e8d4;strokeColor=#82b366;fontSize=12;fontStyle=1;" value="VERITE test&#xa;AUROC 48.13%&#xa;(OOD — near random)" vertex="1">
+         <mxCell id="UEv89tl7VG0cgvNMtjNN-44" parent="1" style="rounded=1;whiteSpace=wrap;html=1;fillColor=#d5e8d4;strokeColor=#82b366;fontSize=12;fontStyle=1;gradientColor=#0E6655;" value="VERITE test&#xa;AUROC 48.13%&#xa;(OOD — near random)" vertex="1">
          <mxGeometry height="70" width="190" x="660" y="1200" as="geometry" />
        </mxCell>
-         <mxCell id="UEv89tl7VG0cgvNMtjNN-45" edge="1" parent="1" source="UEv89tl7VG0cgvNMtjNN-40" style="edgeStyle=orthogonalEdgeStyle;" target="UEv89tl7VG0cgvNMtjNN-42">
+         <mxCell id="UEv89tl7VG0cgvNMtjNN-45" edge="1" parent="1" source="UEv89tl7VG0cgvNMtjNN-40" style="edgeStyle=orthogonalEdgeStyle;rounded=1;strokeColor=#555555;strokeWidth=2;endArrow=blockThin;endFill=1;shadow=1;" target="UEv89tl7VG0cgvNMtjNN-42">
          <mxGeometry relative="1" as="geometry" />
        </mxCell>
-         <mxCell id="UEv89tl7VG0cgvNMtjNN-46" edge="1" parent="1" source="UEv89tl7VG0cgvNMtjNN-40" style="edgeStyle=orthogonalEdgeStyle;" target="UEv89tl7VG0cgvNMtjNN-43">
+         <mxCell id="UEv89tl7VG0cgvNMtjNN-46" edge="1" parent="1" source="UEv89tl7VG0cgvNMtjNN-40" style="edgeStyle=orthogonalEdgeStyle;rounded=1;strokeColor=#555555;strokeWidth=2;endArrow=blockThin;endFill=1;shadow=1;" target="UEv89tl7VG0cgvNMtjNN-43">
          <mxGeometry relative="1" as="geometry" />
        </mxCell>
-         <mxCell id="UEv89tl7VG0cgvNMtjNN-47" edge="1" parent="1" source="UEv89tl7VG0cgvNMtjNN-40" style="edgeStyle=orthogonalEdgeStyle;" target="UEv89tl7VG0cgvNMtjNN-44">
+         <mxCell id="UEv89tl7VG0cgvNMtjNN-47" edge="1" parent="1" source="UEv89tl7VG0cgvNMtjNN-40" style="edgeStyle=orthogonalEdgeStyle;rounded=1;strokeColor=#555555;strokeWidth=2;endArrow=blockThin;endFill=1;shadow=1;" target="UEv89tl7VG0cgvNMtjNN-44">
          <mxGeometry relative="1" as="geometry" />
        </mxCell>
        <mxCell id="UEv89tl7VG0cgvNMtjNN-48" parent="1" style="text;html=1;strokeColor=#457b9d;fillColor=#f1faee;align=center;verticalAlign=middle;whiteSpace=wrap;rounded=1;fontSize=11;fontStyle=2;" value="finalized_outputs/&#xa;15 tables · 28 figures · 4 LaTeX files" vertex="1">
-           <mxGeometry height="70" width="230" x="345" y="1370" as="geometry" />
+           <mxGeometry height="70" width="230" x="348" y="1323" as="geometry" />
        </mxCell>
      </root>
    </mxGraphModel>
  </diagram>
</mxfile>
